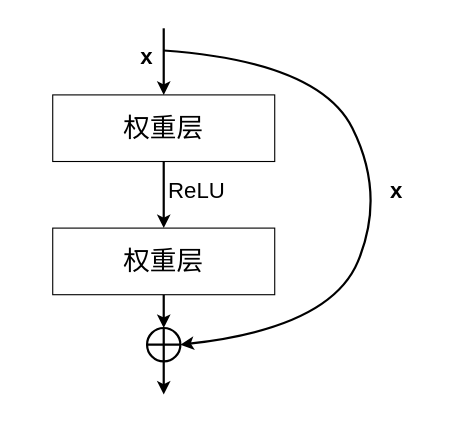
Before: ResNet.drawio in Zhou-AY/hello-world, a draw.io diagram. Source tidied: cells renumbered, new cells numbered last; positions are measured from the earlier drawing's top-left corner, leaving out a move shared by most shapes. Both pictures are drawn from the tidied source at 111%, with x=0, y=0 at pixel (52, 28).
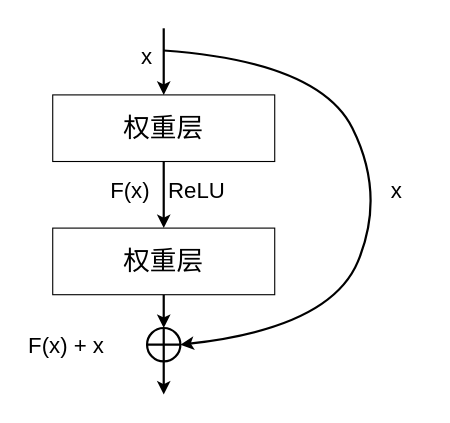
The same page after the edit.

What changed in the source:
```diff
@@
 <mxGraphModel>
   <root>
     <mxCell id="0" />
     <mxCell id="1" parent="0" />
     <mxCell id="2" style="edgeStyle=orthogonalEdgeStyle;rounded=0;jettySize=auto;html=1;exitX=0.5;exitY=1;exitDx=0;exitDy=0;entryX=0.5;entryY=0;entryDx=0;entryDy=0;strokeWidth=2;" parent="1" edge="1" source="3" target="5">
       <mxGeometry relative="1" as="geometry" />
     </mxCell>
     <mxCell id="3" value="&lt;font style=&quot;font-size: 24px;&quot;&gt;权重层&lt;/font&gt;" style="rounded=0;whiteSpace=wrap;html=1;" parent="1" vertex="1">
       <mxGeometry y="60" width="200" height="60" as="geometry" />
     </mxCell>
     <mxCell id="4" style="edgeStyle=orthogonalEdgeStyle;rounded=0;jettySize=auto;html=1;exitX=0.5;exitY=1;exitDx=0;exitDy=0;strokeWidth=2;" parent="1" edge="1" source="5">
       <mxGeometry relative="1" as="geometry">
         <mxPoint x="100" y="270" as="targetPoint" />
       </mxGeometry>
     </mxCell>
     <mxCell id="5" value="&lt;font style=&quot;font-size: 24px;&quot;&gt;权重层&lt;/font&gt;" style="rounded=0;whiteSpace=wrap;html=1;" parent="1" vertex="1">
       <mxGeometry y="180" width="200" height="60" as="geometry" />
     </mxCell>
     <mxCell id="6" value="&lt;font style=&quot;font-size: 20px;&quot;&gt;ReLU&lt;/font&gt;" style="text;html=1;strokeColor=none;fillColor=none;align=center;verticalAlign=middle;whiteSpace=wrap;rounded=0;" parent="1" vertex="1">
       <mxGeometry x="100" y="130" width="60" height="30" as="geometry" />
     </mxCell>
     <mxCell id="7" style="endArrow=classic;html=1;rounded=0;strokeWidth=2;entryX=0.5;entryY=0;entryDx=0;entryDy=0;" parent="1" edge="1" target="3">
       <mxGeometry relative="1" as="geometry">
         <mxPoint x="100" as="sourcePoint" />
       </mxGeometry>
     </mxCell>
-    <mxCell id="8" value="&lt;font style=&quot;font-size: 20px;&quot;&gt;&lt;b&gt;x&lt;/b&gt;&lt;/font&gt;" style="text;html=1;strokeColor=none;fillColor=none;align=center;verticalAlign=middle;whiteSpace=wrap;rounded=0;" parent="1" vertex="1">
+    <mxCell id="8" value="&lt;font style=&quot;font-size: 20px;&quot;&gt;x&lt;/font&gt;" style="text;html=1;strokeColor=none;fillColor=none;align=center;verticalAlign=middle;whiteSpace=wrap;rounded=0;" parent="1" vertex="1">
       <mxGeometry x="55" y="10" width="60" height="30" as="geometry" />
     </mxCell>
     <mxCell id="9" style="shape=orEllipse;perimeter=ellipsePerimeter;whiteSpace=wrap;html=1;backgroundOutline=1;strokeWidth=2;" parent="1" vertex="1">
       <mxGeometry x="85" y="270" width="30" height="30" as="geometry" />
     </mxCell>
     <mxCell id="10" style="endArrow=classic;html=1;rounded=0;exitX=0.5;exitY=1;exitDx=0;exitDy=0;strokeWidth=2;" parent="1" edge="1" source="9">
       <mxGeometry relative="1" as="geometry">
         <mxPoint x="100" y="330" as="targetPoint" />
       </mxGeometry>
     </mxCell>
     <mxCell id="11" style="curved=1;endArrow=classic;html=1;rounded=0;entryX=1;entryY=0.5;entryDx=0;entryDy=0;strokeWidth=2;" parent="1" edge="1" target="9">
       <mxGeometry relative="1" as="geometry">
         <mxPoint x="100" y="20" as="sourcePoint" />
         <Array as="points">
           <mxPoint x="240" y="30" />
           <mxPoint x="300" y="150" />
           <mxPoint x="250" y="270" />
         </Array>
       </mxGeometry>
     </mxCell>
-    <mxCell id="12" value="&lt;font style=&quot;font-size: 20px;&quot;&gt;&lt;b&gt;x&lt;/b&gt;&lt;/font&gt;" style="text;html=1;strokeColor=none;fillColor=none;align=center;verticalAlign=middle;whiteSpace=wrap;rounded=0;" parent="1" vertex="1">
+    <mxCell id="12" value="&lt;font style=&quot;font-size: 20px;&quot;&gt;x&lt;/font&gt;" style="text;html=1;strokeColor=none;fillColor=none;align=center;verticalAlign=middle;whiteSpace=wrap;rounded=0;" parent="1" vertex="1">
       <mxGeometry x="280" y="130" width="60" height="30" as="geometry" />
     </mxCell>
+    <mxCell id="13" value="&lt;font style=&quot;font-size: 20px;&quot;&gt;F(x)&lt;/font&gt;" style="text;html=1;strokeColor=none;fillColor=none;align=center;verticalAlign=middle;whiteSpace=wrap;rounded=0;" parent="1" vertex="1">
+      <mxGeometry x="40" y="130" width="60" height="30" as="geometry" />
+    </mxCell>
+    <mxCell id="14" value="&lt;font style=&quot;font-size: 20px;&quot;&gt;F(x) + x&lt;/font&gt;" style="text;html=1;strokeColor=none;fillColor=none;align=center;verticalAlign=middle;whiteSpace=wrap;rounded=0;" parent="1" vertex="1">
+      <mxGeometry x="-30" y="270" width="85" height="30" as="geometry" />
+    </mxCell>
   </root>
 </mxGraphModel>
```
